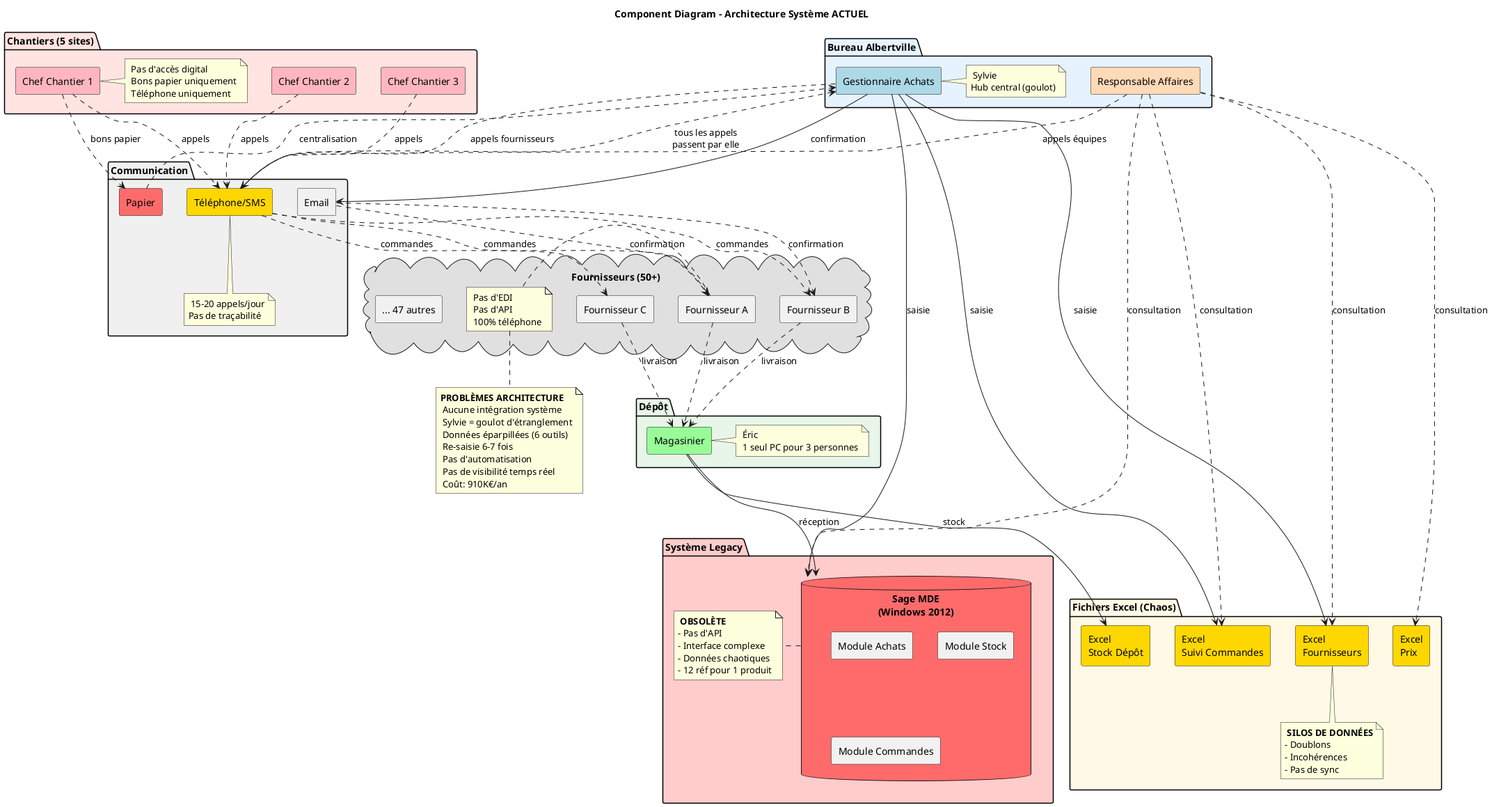
This is Achats-Logistique/uml/Component_Architecture_Actuelle.png from JordanSerafini/Audit_Duret, a PlantUML export, as it was before one commit. The source it was exported from:
```plantuml
@startuml Component_Architecture_Actuelle

title Component Diagram - Architecture Système ACTUEL

skinparam componentStyle rectangle

package "Chantiers (5 sites)" #FFE4E1 {
  [Chef Chantier 1] as Marc1 #FFB6C1
  [Chef Chantier 2] as Marc2 #FFB6C1
  [Chef Chantier 3] as Marc3 #FFB6C1

  note right of Marc1
    🔴 Pas d'accès digital
    📄 Bons papier uniquement
    📞 Téléphone uniquement
  end note
}

package "Bureau Albertville" #E6F3FF {
  [Gestionnaire Achats] as Sylvie #ADD8E6
  [Responsable Affaires] as Julien #FFDAB9

  note right of Sylvie
    👩‍💼 Sylvie
    Hub central (goulot)
  end note
}

package "Dépôt" #E8F5E9 {
  [Magasinier] as Eric #98FB98

  note right of Eric
    📦 Éric
    🔴 1 seul PC pour 3 personnes
  end note
}

package "Système Legacy" #FFCCCC {
  database "Sage MDE\n(Windows 2012)" as SageMDE #FF6B6B {
    [Module Achats]
    [Module Stock]
    [Module Commandes]
  }

  note right of SageMDE
    ⚠️ **OBSOLÈTE**
    - Pas d'API
    - Interface complexe
    - Données chaotiques
    - 12 réf pour 1 produit
  end note
}

package "Fichiers Excel (Chaos)" #FFF9E6 {
  [Excel\nFournisseurs] as Excel1 #FFD700
  [Excel\nSuivi Commandes] as Excel2 #FFD700
  [Excel\nStock Dépôt] as Excel3 #FFD700
  [Excel\nPrix] as Excel4 #FFD700

  note bottom of Excel1
    🔴 **SILOS DE DONNÉES**
    - Doublons
    - Incohérences
    - Pas de sync
  end note
}

package "Communication" #F0F0F0 {
  [Téléphone/SMS] as Tel #FFD700
  [Email] as Email
  [Papier] as Paper #FF6B6B

  note bottom of Tel
    🔴 15-20 appels/jour
    Pas de traçabilité
  end note
}

cloud "Fournisseurs (50+)" #E0E0E0 {
  [Fournisseur A] as F1
  [Fournisseur B] as F2
  [Fournisseur C] as F3
  [... 47 autres] as F4

  note right of F1
    🔴 Pas d'EDI
    🔴 Pas d'API
    📞 100% téléphone
  end note
}

Marc1 ..> Tel : appels
Marc2 ..> Tel : appels
Marc3 ..> Tel : appels
Marc1 ..> Paper : bons papier

Tel ..> Sylvie : tous les appels\npassent par elle
Paper ..> Sylvie : centralisation

Sylvie --> SageMDE : saisie
Sylvie --> Excel1 : saisie
Sylvie --> Excel2 : saisie
Sylvie --> Email : confirmation
Sylvie ..> Tel : appels fournisseurs

Tel ..> F1 : commandes
Tel ..> F2 : commandes
Tel ..> F3 : commandes
Email ..> F1 : confirmation
Email ..> F2 : confirmation

F1 ..> Eric : livraison
F2 ..> Eric : livraison
F3 ..> Eric : livraison

Eric --> SageMDE : réception
Eric --> Excel3 : stock

Julien ..> SageMDE : consultation
Julien ..> Excel1 : consultation
Julien ..> Excel2 : consultation
Julien ..> Excel4 : consultation
Julien ..> Tel : appels équipes

note bottom
  **PROBLÈMES ARCHITECTURE**
  🔴 Aucune intégration système
  🔴 Sylvie = goulot d'étranglement
  🔴 Données éparpillées (6 outils)
  🔴 Re-saisie 6-7 fois
  🔴 Pas d'automatisation
  🔴 Pas de visibilité temps réel
  💰 Coût: 910K€/an
end note

@enduml
```
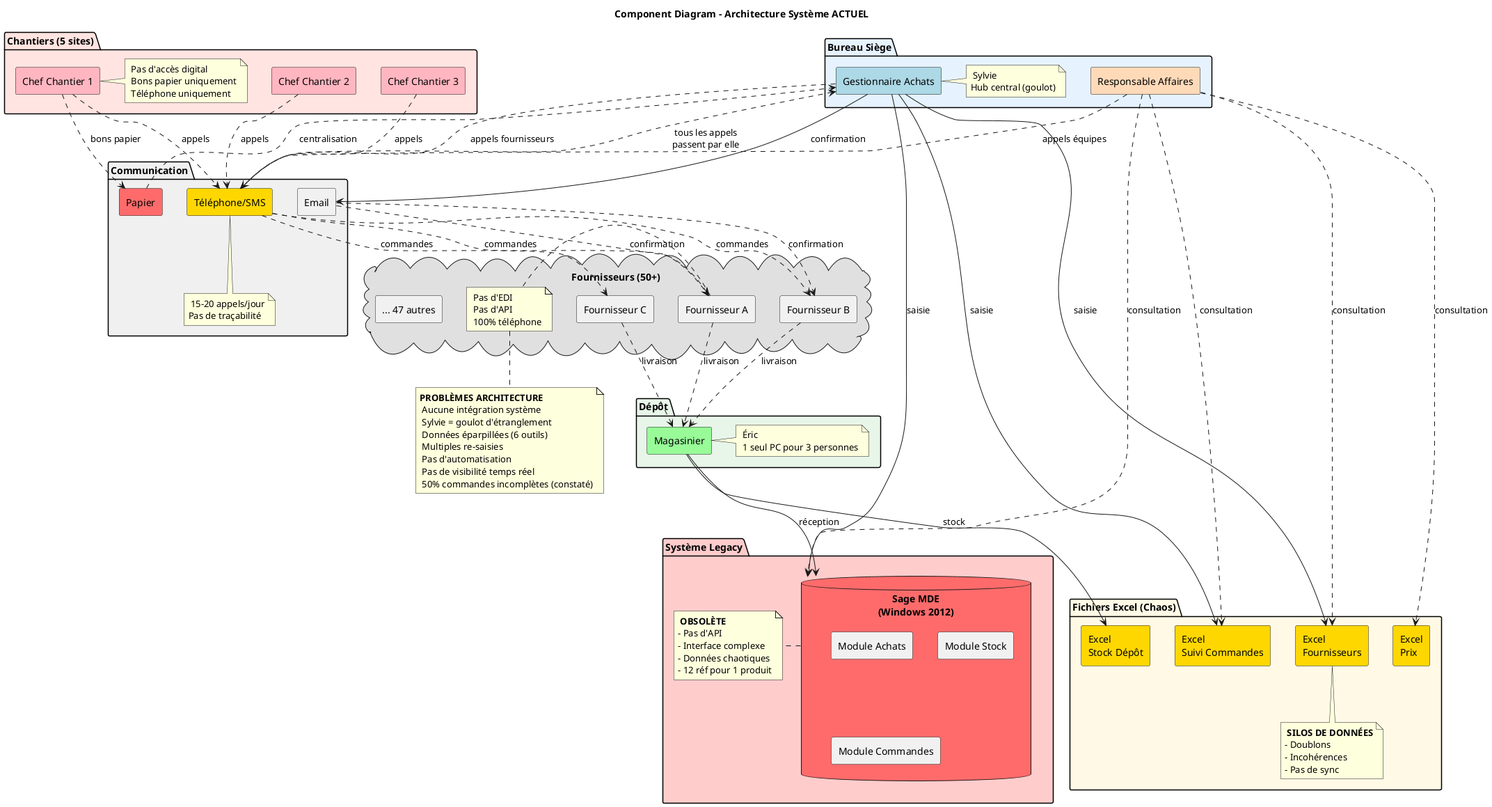
After the change.

Diff of the diagram source:
```diff
@@ -16,7 +16,7 @@
   end note
 }
 
-package "Bureau Albertville" #E6F3FF {
+package "Bureau Siège" #E6F3FF {
   [Gestionnaire Achats] as Sylvie #ADD8E6
   [Responsable Affaires] as Julien #FFDAB9
 
@@ -127,10 +127,10 @@
   🔴 Aucune intégration système
   🔴 Sylvie = goulot d'étranglement
   🔴 Données éparpillées (6 outils)
-  🔴 Re-saisie 6-7 fois
+  🔴 Multiples re-saisies
   🔴 Pas d'automatisation
   🔴 Pas de visibilité temps réel
-  💰 Coût: 910K€/an
+  🔴 50% commandes incomplètes (constaté)
 end note
 
 @enduml
```
